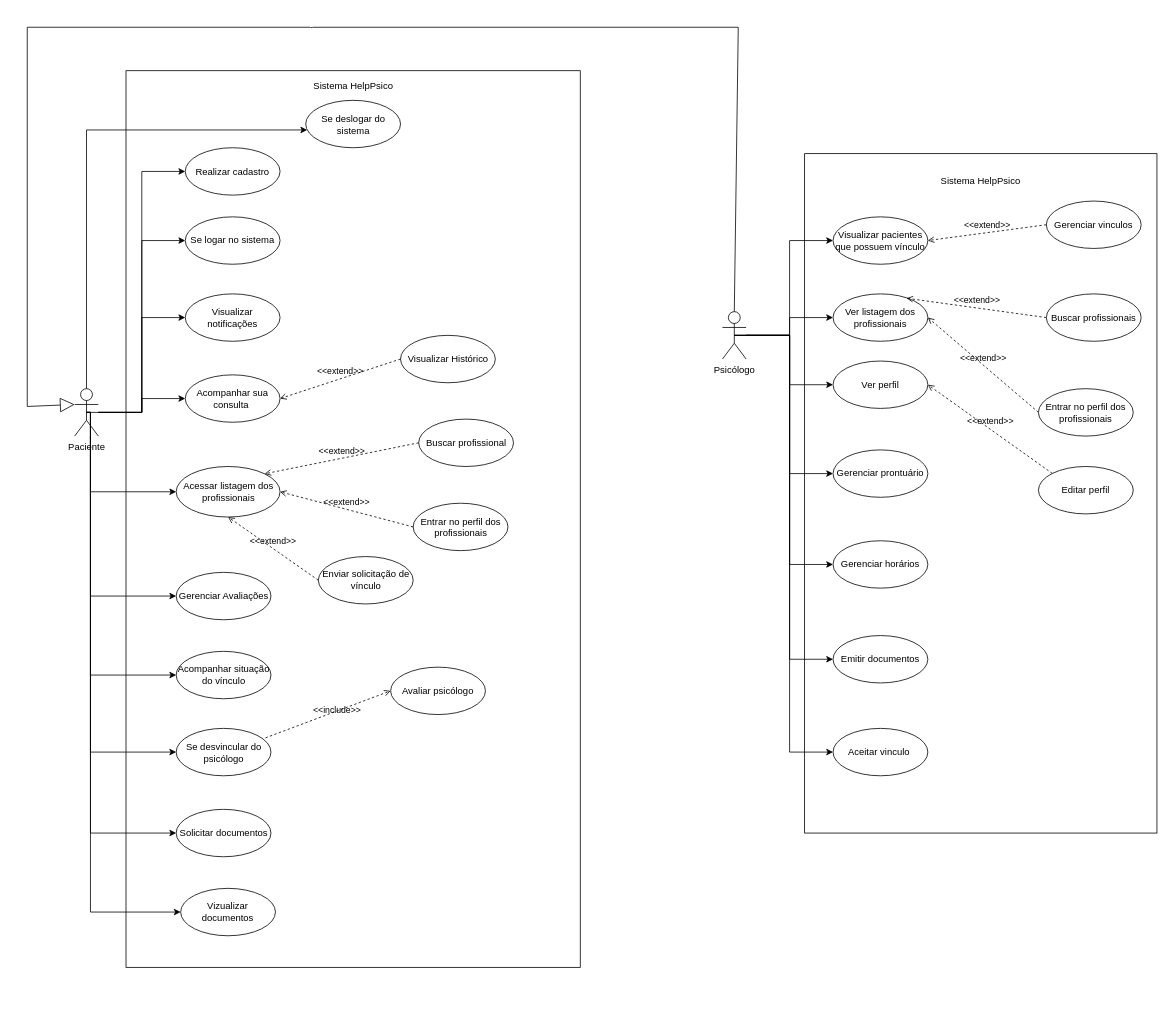
Above: Diagrama de caso de uso.drawio in LiraTecnologic/helppsico-documentacao (draw.io), before the change. Source tidied: cells renumbered, new cells numbered last; positions are measured from the earlier drawing's top-left corner, leaving out a move shared by most shapes. Both pictures are drawn from the tidied source at 79%, with x=0, y=0 at pixel (27, 27).
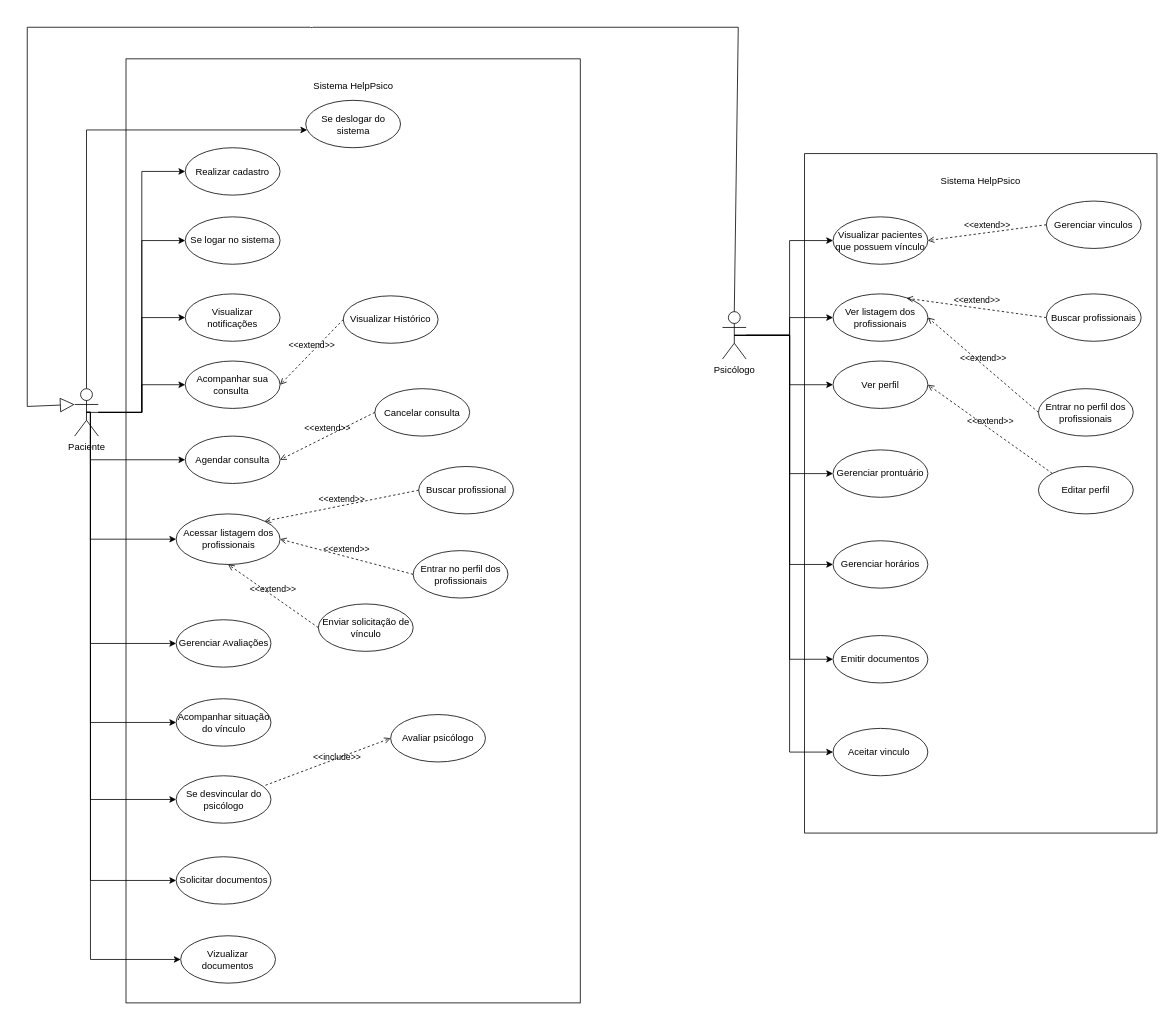
After the change.

Commit message (it also covers changes not shown here):
#DTR10:docs/Adicionando agendamento e cancelamento de consultas no diagrama de caso de uso e sequência

Unchanged cells that the change refers to:
```xml
<mxCell id="9" value="Paciente" style="shape=umlActor;verticalLabelPosition=bottom;verticalAlign=top;html=1;outlineConnect=0;" parent="1" vertex="1">
  <mxGeometry x="60" y="457.5" width="30" height="60" as="geometry" />
</mxCell>
```

What changed in the source:
```diff
@@
     <mxCell id="2" style="rounded=0;whiteSpace=wrap;html=1;" parent="1" vertex="1">
-      <mxGeometry x="125" y="55" width="575" height="1135" as="geometry" />
+      <mxGeometry x="125" y="40" width="575" height="1195" as="geometry" />
     </mxCell>
@@
     <mxCell id="6" style="edgeStyle=orthogonalEdgeStyle;rounded=0;jettySize=auto;html=1;entryX=0;entryY=0.5;entryDx=0;entryDy=0;" parent="1" edge="1" source="9" target="20">
       <mxGeometry relative="1" as="geometry">
         <Array as="points">
-          <mxPoint x="80" y="588" />
+          <mxPoint x="80" y="648" />
         </Array>
       </mxGeometry>
     </mxCell>
@@
     <mxCell id="8" style="edgeStyle=orthogonalEdgeStyle;rounded=0;jettySize=auto;html=1;entryX=0;entryY=0.5;entryDx=0;entryDy=0;exitX=0.5;exitY=0.5;exitDx=0;exitDy=0;exitPerimeter=0;" parent="1" edge="1" source="9" target="36">
       <mxGeometry relative="1" as="geometry">
         <Array as="points">
           <mxPoint x="80" y="487" />
-          <mxPoint x="80" y="720" />
+          <mxPoint x="80" y="780" />
         </Array>
       </mxGeometry>
     </mxCell>
@@
     <mxCell id="19" value="Acompanhar sua consulta&amp;nbsp;" style="ellipse;whiteSpace=wrap;html=1;" parent="1" vertex="1">
-      <mxGeometry x="200" y="440" width="120" height="60" as="geometry" />
+      <mxGeometry x="200" y="422.5" width="120" height="60" as="geometry" />
     </mxCell>
     <mxCell id="20" value="Acessar listagem dos profissionais" style="ellipse;whiteSpace=wrap;html=1;" parent="1" vertex="1">
-      <mxGeometry x="188.5" y="556" width="131.5" height="64" as="geometry" />
+      <mxGeometry x="188.5" y="616" width="131.5" height="64" as="geometry" />
     </mxCell>
@@
     <mxCell id="22" value="Visualizar Histórico" style="ellipse;whiteSpace=wrap;html=1;" parent="1" vertex="1">
-      <mxGeometry x="472.5" y="390" width="120" height="60" as="geometry" />
+      <mxGeometry x="400" y="340" width="120" height="60" as="geometry" />
     </mxCell>
     <mxCell id="23" value="Acompanhar situação do vínculo" style="ellipse;whiteSpace=wrap;html=1;" parent="1" vertex="1">
-      <mxGeometry x="188.5" y="790" width="120" height="60" as="geometry" />
+      <mxGeometry x="188.5" y="850" width="120" height="60" as="geometry" />
     </mxCell>
@@
     <mxCell id="25" value="Buscar profissional" style="ellipse;whiteSpace=wrap;html=1;" parent="1" vertex="1">
-      <mxGeometry x="495.5" y="496" width="120" height="60" as="geometry" />
+      <mxGeometry x="495.5" y="556" width="120" height="60" as="geometry" />
     </mxCell>
@@
     <mxCell id="27" value="Entrar no perfil dos profissionais" style="ellipse;whiteSpace=wrap;html=1;" parent="1" vertex="1">
-      <mxGeometry x="488.5" y="602.5" width="120" height="60" as="geometry" />
+      <mxGeometry x="488.5" y="662.5" width="120" height="60" as="geometry" />
     </mxCell>
@@
     <mxCell id="29" value="Enviar solicitação de vínculo" style="ellipse;whiteSpace=wrap;html=1;" parent="1" vertex="1">
-      <mxGeometry x="368.5" y="670" width="120" height="60" as="geometry" />
+      <mxGeometry x="368.5" y="730" width="120" height="60" as="geometry" />
     </mxCell>
@@
     <mxCell id="31" value="Se desvincular do psicólogo" style="ellipse;whiteSpace=wrap;html=1;" parent="1" vertex="1">
-      <mxGeometry x="188.5" y="887.5" width="120" height="60" as="geometry" />
+      <mxGeometry x="188.5" y="947.5" width="120" height="60" as="geometry" />
     </mxCell>
@@
     <mxCell id="33" value="Solicitar documentos" style="ellipse;whiteSpace=wrap;html=1;" parent="1" vertex="1">
-      <mxGeometry x="188.5" y="990" width="120" height="60" as="geometry" />
+      <mxGeometry x="188.5" y="1050" width="120" height="60" as="geometry" />
     </mxCell>
     <mxCell id="34" value="Avaliar psicólogo" style="ellipse;whiteSpace=wrap;html=1;" parent="1" vertex="1">
-      <mxGeometry x="460" y="810" width="120" height="60" as="geometry" />
+      <mxGeometry x="460" y="870" width="120" height="60" as="geometry" />
     </mxCell>
@@
     <mxCell id="36" value="Gerenciar Avaliações" style="ellipse;whiteSpace=wrap;html=1;" parent="1" vertex="1">
-      <mxGeometry x="188.5" y="690" width="120" height="60" as="geometry" />
+      <mxGeometry x="188.5" y="750" width="120" height="60" as="geometry" />
     </mxCell>
@@
     <mxCell id="49" style="edgeStyle=orthogonalEdgeStyle;rounded=0;jettySize=auto;html=1;entryX=0;entryY=0.5;entryDx=0;entryDy=0;exitX=0.5;exitY=0.5;exitDx=0;exitDy=0;exitPerimeter=0;" parent="1" edge="1" source="9" target="23">
       <mxGeometry relative="1" as="geometry">
         <Array as="points">
-          <mxPoint x="80" y="488" />
-          <mxPoint x="80" y="820" />
+          <mxPoint x="80" y="487" />
+          <mxPoint x="80" y="880" />
         </Array>
       </mxGeometry>
     </mxCell>
     <mxCell id="50" style="edgeStyle=orthogonalEdgeStyle;rounded=0;jettySize=auto;html=1;entryX=0;entryY=0.5;entryDx=0;entryDy=0;exitX=0.5;exitY=0.5;exitDx=0;exitDy=0;exitPerimeter=0;" parent="1" edge="1" source="9" target="31">
       <mxGeometry relative="1" as="geometry">
         <Array as="points">
-          <mxPoint x="80" y="488" />
-          <mxPoint x="80" y="918" />
+          <mxPoint x="80" y="487" />
+          <mxPoint x="80" y="978" />
+          <mxPoint x="189" y="978" />
         </Array>
       </mxGeometry>
     </mxCell>
     <mxCell id="51" style="edgeStyle=orthogonalEdgeStyle;rounded=0;jettySize=auto;html=1;entryX=0;entryY=0.5;entryDx=0;entryDy=0;exitX=0.5;exitY=0.5;exitDx=0;exitDy=0;exitPerimeter=0;" parent="1" edge="1" source="9" target="33">
       <mxGeometry relative="1" as="geometry">
         <Array as="points">
-          <mxPoint x="80" y="488" />
-          <mxPoint x="80" y="1020" />
+          <mxPoint x="80" y="487" />
+          <mxPoint x="80" y="1080" />
         </Array>
       </mxGeometry>
     </mxCell>
@@
     <mxCell id="61" value="Vizualizar documentos" style="ellipse;whiteSpace=wrap;html=1;" parent="1" vertex="1">
-      <mxGeometry x="194.2" y="1090" width="120" height="60" as="geometry" />
+      <mxGeometry x="194.2" y="1150" width="120" height="60" as="geometry" />
     </mxCell>
     <mxCell id="62" style="edgeStyle=orthogonalEdgeStyle;rounded=0;jettySize=auto;html=1;entryX=0;entryY=0.5;entryDx=0;entryDy=0;exitX=0.5;exitY=0.5;exitDx=0;exitDy=0;exitPerimeter=0;" parent="1" edge="1" source="9" target="61">
       <mxGeometry relative="1" as="geometry">
         <Array as="points">
-          <mxPoint x="80" y="488" />
-          <mxPoint x="80" y="1120" />
+          <mxPoint x="80" y="487" />
+          <mxPoint x="80" y="1180" />
         </Array>
       </mxGeometry>
     </mxCell>
+    <mxCell id="63" value="Agendar consulta" style="ellipse;whiteSpace=wrap;html=1;" parent="1" vertex="1">
+      <mxGeometry x="200" y="517.5" width="120" height="60" as="geometry" />
+    </mxCell>
+    <mxCell id="64" style="edgeStyle=orthogonalEdgeStyle;rounded=0;jettySize=auto;html=1;entryX=0;entryY=0.5;entryDx=0;entryDy=0;exitX=0.5;exitY=0.5;exitDx=0;exitDy=0;exitPerimeter=0;" parent="1" edge="1" source="9" target="63">
+      <mxGeometry relative="1" as="geometry">
+        <Array as="points">
+          <mxPoint x="80" y="487" />
+          <mxPoint x="80" y="547" />
+        </Array>
+      </mxGeometry>
+    </mxCell>
+    <mxCell id="65" value="Cancelar consulta" style="ellipse;whiteSpace=wrap;html=1;" parent="1" vertex="1">
+      <mxGeometry x="440" y="457.5" width="120" height="60" as="geometry" />
+    </mxCell>
+    <mxCell id="66" value="&amp;lt;&amp;lt;extend&amp;gt;&amp;gt;" style="html=1;verticalAlign=bottom;labelBackgroundColor=none;endArrow=open;endFill=0;dashed=1;rounded=0;exitX=0;exitY=0.5;exitDx=0;exitDy=0;entryX=1;entryY=0.5;entryDx=0;entryDy=0;" parent="1" edge="1" source="65" target="63">
+      <mxGeometry relative="1" as="geometry" />
+    </mxCell>
```
